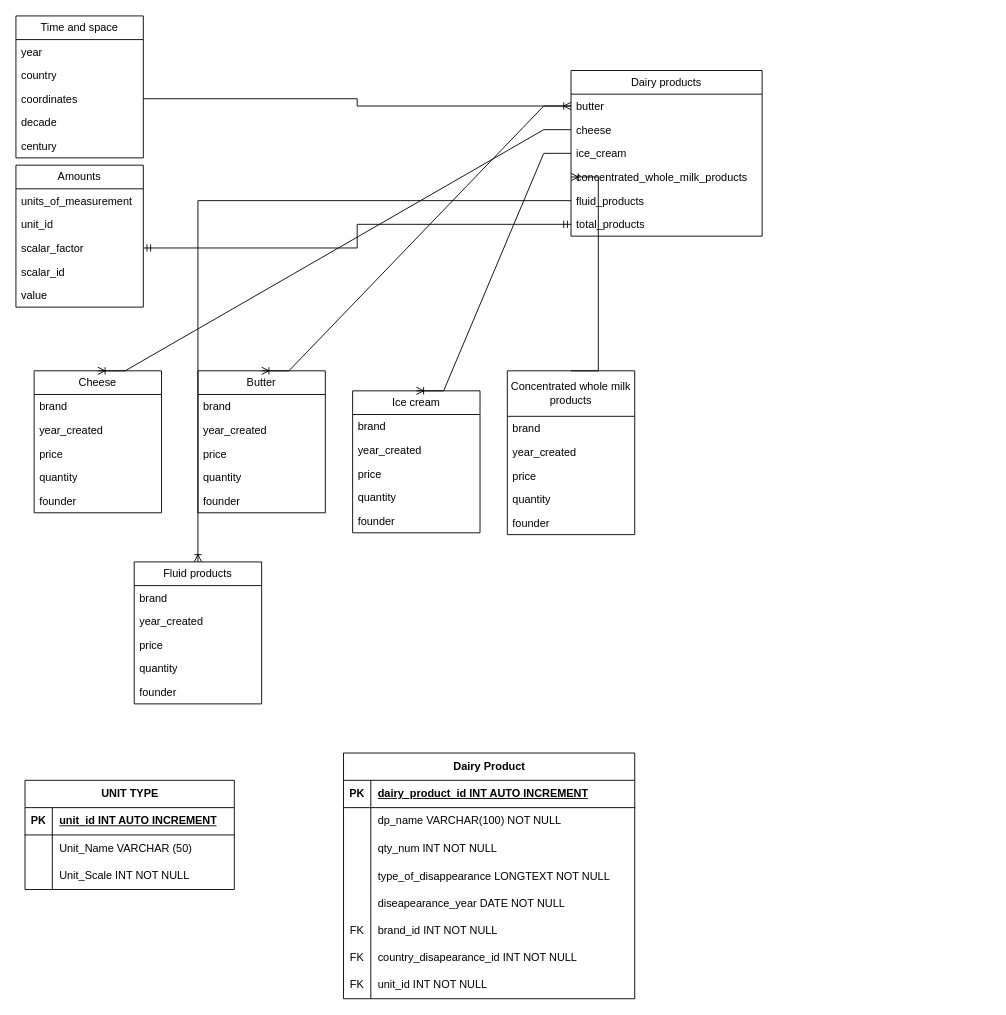
This is Cheese.drawio from TanzaJ/dairy-Api, a draw.io file, before an edit. Source tidied: cells renumbered, new cells numbered last; positions are measured from the earlier drawing's top-left corner, leaving out a move shared by most shapes. Both pictures are drawn from the tidied source at 91%, with x=0, y=0 at pixel (15, 15).
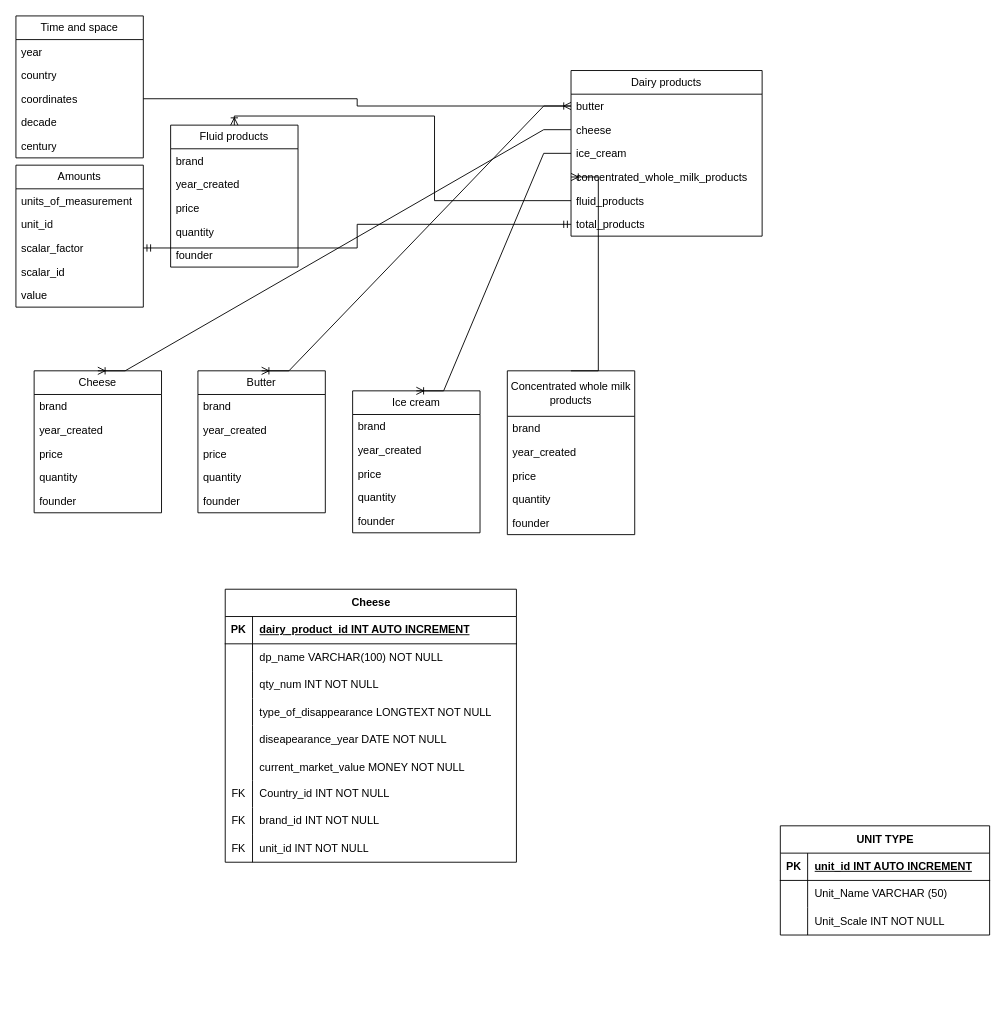
After the change.

Commit message (it also covers changes not shown here):
more butter info

Change to the diagram source:
```diff
@@
     <mxCell id="45" value="Fluid products" style="swimlane;fontStyle=0;horizontal=1;startSize=26;fillColor=none;whiteSpace=wrap;html=1;" parent="1" vertex="1">
-      <mxGeometry x="130" y="600" width="140" height="156" as="geometry" />
+      <mxGeometry x="170" y="120" width="140" height="156" as="geometry" />
     </mxCell>
@@
-    <mxCell id="58" value="Dairy Product" style="shape=table;startSize=30;childLayout=tableLayout;rowLines=0;fontStyle=1;align=center;html=1;" parent="1" vertex="1">
-      <mxGeometry x="360" y="810" width="320" height="270" as="geometry" />
+    <mxCell id="58" value="Cheese" style="shape=table;startSize=30;childLayout=tableLayout;rowLines=0;fontStyle=1;align=center;html=1;" parent="1" vertex="1">
+      <mxGeometry x="230" y="630" width="320" height="300" as="geometry" />
     </mxCell>
@@
+    <mxCell id="93" style="shape=tableRow;horizontal=0;startSize=0;swimlaneHead=0;swimlaneBody=0;fillColor=none;top=0;left=0;right=0;bottom=0;" parent="58" vertex="1">
+      <mxGeometry y="180" width="320" height="30" as="geometry" />
+    </mxCell>
+    <mxCell id="94" style="shape=partialRectangle;fillColor=none;top=0;left=0;bottom=0;right=0;overflow=hidden;" parent="93" vertex="1">
+      <mxGeometry width="30" height="30" as="geometry" />
+    </mxCell>
+    <mxCell id="95" value="current_market_value MONEY NOT NULL" style="shape=partialRectangle;fillColor=none;top=0;left=0;bottom=0;right=0;align=left;spacingLeft=6;overflow=hidden;" parent="93" vertex="1">
+      <mxGeometry x="30" width="290" height="30" as="geometry" />
+    </mxCell>
+    <mxCell id="77" style="shape=tableRow;horizontal=0;startSize=0;swimlaneHead=0;swimlaneBody=0;fillColor=none;top=0;left=0;right=0;bottom=0;" parent="58" vertex="1">
+      <mxGeometry y="210" width="320" height="30" as="geometry" />
+    </mxCell>
+    <mxCell id="78" value="FK" style="shape=partialRectangle;fillColor=none;top=0;left=0;bottom=0;right=0;fontStyle=0;overflow=hidden;whiteSpace=wrap;html=1;" parent="77" vertex="1">
+      <mxGeometry width="30" height="30" as="geometry" />
+    </mxCell>
+    <mxCell id="96" value="Country_id INT NOT NULL" style="shape=partialRectangle;fillColor=none;top=0;left=0;bottom=0;right=0;align=left;spacingLeft=6;fontStyle=0;overflow=hidden;whiteSpace=wrap;html=1;" parent="77" vertex="1">
+      <mxGeometry x="30" width="290" height="30" as="geometry" />
+    </mxCell>
     <mxCell id="74" style="shape=tableRow;horizontal=0;startSize=0;swimlaneHead=0;swimlaneBody=0;fillColor=none;top=0;left=0;right=0;bottom=0;" parent="58" vertex="1">
-      <mxGeometry y="180" width="320" height="30" as="geometry" />
+      <mxGeometry y="240" width="320" height="30" as="geometry" />
     </mxCell>
@@
-    <mxCell id="77" style="shape=tableRow;horizontal=0;startSize=0;swimlaneHead=0;swimlaneBody=0;fillColor=none;top=0;left=0;right=0;bottom=0;" parent="58" vertex="1">
-      <mxGeometry y="210" width="320" height="30" as="geometry" />
-    </mxCell>
-    <mxCell id="78" value="FK" style="shape=partialRectangle;fillColor=none;top=0;left=0;bottom=0;right=0;fontStyle=0;overflow=hidden;whiteSpace=wrap;html=1;" parent="77" vertex="1">
-      <mxGeometry width="30" height="30" as="geometry" />
-    </mxCell>
-    <mxCell id="79" value="country_disapearance_id INT NOT NULL" style="shape=partialRectangle;fillColor=none;top=0;left=0;bottom=0;right=0;align=left;spacingLeft=6;fontStyle=0;overflow=hidden;whiteSpace=wrap;html=1;" parent="77" vertex="1">
-      <mxGeometry x="30" width="290" height="30" as="geometry" />
-    </mxCell>
     <mxCell id="80" style="shape=tableRow;horizontal=0;startSize=0;swimlaneHead=0;swimlaneBody=0;fillColor=none;top=0;left=0;right=0;bottom=0;" parent="58" vertex="1">
-      <mxGeometry y="240" width="320" height="30" as="geometry" />
+      <mxGeometry y="270" width="320" height="30" as="geometry" />
     </mxCell>
@@
     <mxCell id="83" value="UNIT TYPE" style="shape=table;startSize=30;childLayout=tableLayout;rowLines=0;fontStyle=1;align=center;html=1;" parent="1" vertex="1">
-      <mxGeometry x="10" y="840" width="230" height="120" as="geometry" />
+      <mxGeometry x="840" y="890" width="230" height="120" as="geometry" />
     </mxCell>
```
